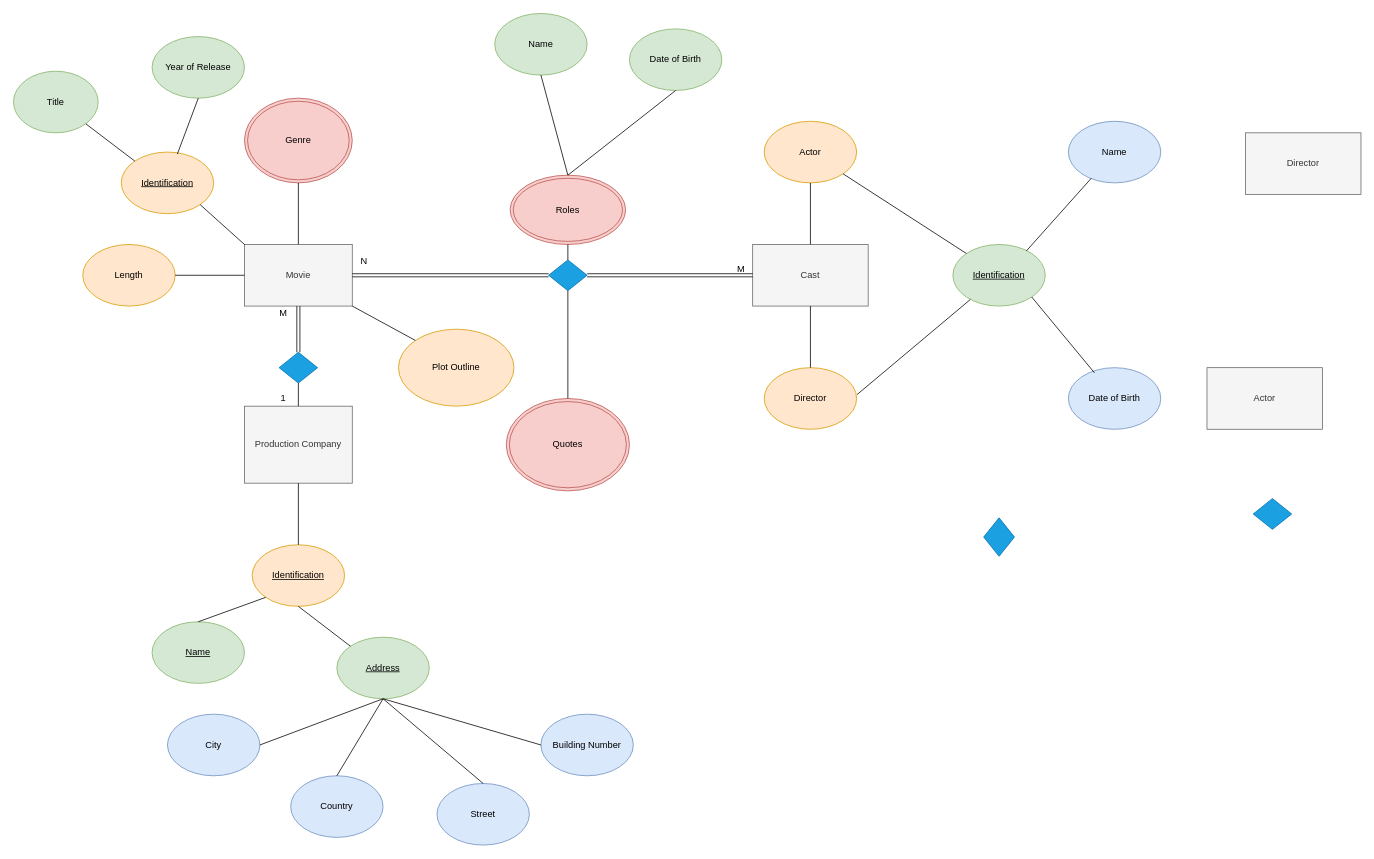
Before: CPSC 2221 Lab 1.drawio in William-BC-CA/CPSC2221_ER_Modelling, a draw.io diagram. Source tidied: cells renumbered, new cells numbered last; positions are measured from the earlier drawing's top-left corner, leaving out a move shared by most shapes. Both pictures are drawn from the tidied source at 77%, with x=0, y=0 at pixel (13, 13).
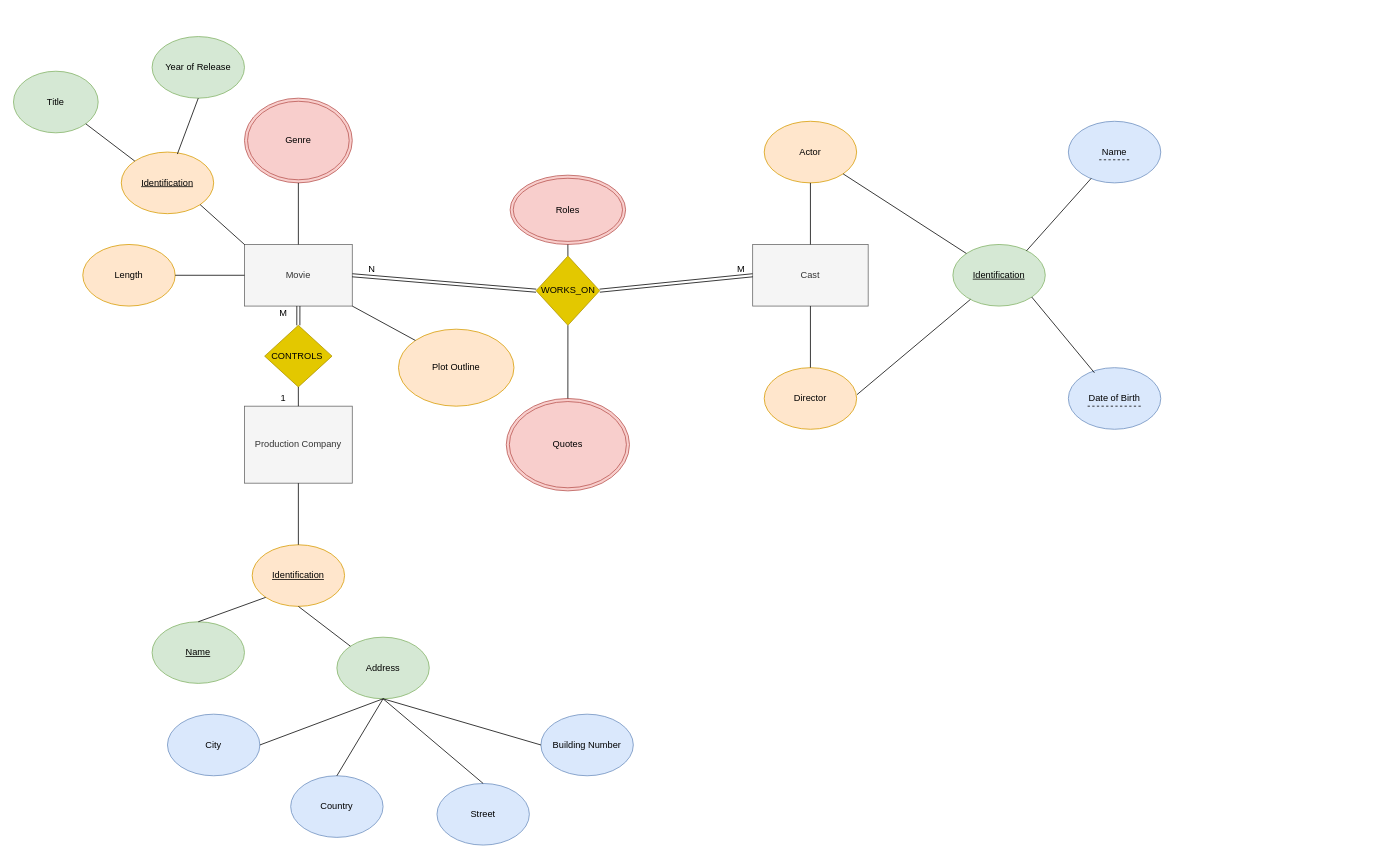
After the change.

Unchanged cells that the change refers to:
```xml
<mxCell id="19" value="Roles" style="ellipse;shape=doubleEllipse;whiteSpace=wrap;html=1;fillColor=#f8cecc;strokeColor=#b85450;" parent="1" vertex="1">
  <mxGeometry x="645" y="210" width="150" height="90" as="geometry" />
</mxCell>
<mxCell id="48" style="shape=link;html=1;rounded=0;entryX=0;entryY=0.5;entryDx=0;entryDy=0;exitX=1;exitY=0.5;exitDx=0;exitDy=0;" parent="1" edge="1" source="2" target="17">
  <mxGeometry relative="1" as="geometry" />
</mxCell>
```

Change to the diagram source:
```diff
@@
-    <mxCell id="9" value="&lt;u&gt;Address&lt;/u&gt;" style="ellipse;whiteSpace=wrap;html=1;fillColor=#d5e8d4;strokeColor=#82b366;" parent="1" vertex="1">
+    <mxCell id="9" value="Address" style="ellipse;whiteSpace=wrap;html=1;fillColor=#d5e8d4;strokeColor=#82b366;" parent="1" vertex="1">
       <mxGeometry x="420" y="810" width="120" height="80" as="geometry" />
     </mxCell>
@@
-    <mxCell id="15" value="Name" style="ellipse;whiteSpace=wrap;html=1;fillColor=#d5e8d4;strokeColor=#82b366;" parent="1" vertex="1">
-      <mxGeometry x="625" width="120" height="80" as="geometry" />
-    </mxCell>
@@
-    <mxCell id="17" style="rhombus;whiteSpace=wrap;html=1;fillColor=#1ba1e2;strokeColor=#006EAF;fontColor=#ffffff;" parent="1" vertex="1">
-      <mxGeometry x="695" y="320" width="50" height="40" as="geometry" />
+    <mxCell id="17" style="rhombus;whiteSpace=wrap;html=1;fillColor=#e3c800;strokeColor=#B09500;fontColor=#000000;" parent="1" vertex="1">
+      <mxGeometry x="678.8" y="315" width="82.5" height="90" as="geometry" />
     </mxCell>
-    <mxCell id="18" value="Date of Birth" style="ellipse;whiteSpace=wrap;html=1;fillColor=#d5e8d4;strokeColor=#82b366;" parent="1" vertex="1">
-      <mxGeometry x="800" y="20" width="120" height="80" as="geometry" />
-    </mxCell>
@@
-    <mxCell id="20" style="rhombus;whiteSpace=wrap;html=1;fillColor=#1ba1e2;strokeColor=#006EAF;fontColor=#ffffff;" parent="1" vertex="1">
-      <mxGeometry x="345" y="440" width="50" height="40" as="geometry" />
+    <mxCell id="20" style="rhombus;whiteSpace=wrap;html=1;fillColor=#e3c800;strokeColor=#B09500;fontColor=#000000;" parent="1" vertex="1">
+      <mxGeometry x="326.2" y="405" width="87.5" height="80" as="geometry" />
     </mxCell>
@@
-    <mxCell id="28" style="endArrow=none;html=1;exitX=0.5;exitY=1;exitDx=0;exitDy=0;entryX=0.5;entryY=0;entryDx=0;entryDy=0;" parent="1" edge="1" source="15" target="19">
-      <mxGeometry relative="1" as="geometry" />
-    </mxCell>
-    <mxCell id="29" style="endArrow=none;html=1;exitX=0.5;exitY=1;exitDx=0;exitDy=0;entryX=0.5;entryY=0;entryDx=0;entryDy=0;" parent="1" edge="1" source="18" target="19">
-      <mxGeometry relative="1" as="geometry" />
-    </mxCell>
@@
-    <mxCell id="45" value="Director" style="rounded=0;whiteSpace=wrap;html=1;fillColor=#f5f5f5;strokeColor=#666666;fontColor=#333333;" parent="1" vertex="1">
-      <mxGeometry x="1600" y="155" width="150" height="80" as="geometry" />
-    </mxCell>
-    <mxCell id="46" value="Actor" style="rounded=0;whiteSpace=wrap;html=1;fillColor=#f5f5f5;strokeColor=#666666;fontColor=#333333;" parent="1" vertex="1">
-      <mxGeometry x="1550" y="460" width="150" height="80" as="geometry" />
-    </mxCell>
@@
     <mxCell id="49" value="N" style="html=1;align=right;verticalAlign=bottom;" parent="48" vertex="1">
       <mxGeometry x="1" relative="1" as="geometry">
-        <mxPoint x="-235" y="-10" as="offset" />
+        <mxPoint x="-209" y="-20" as="offset" />
       </mxGeometry>
     </mxCell>
-    <mxCell id="50" style="rhombus;whiteSpace=wrap;html=1;fillColor=#1ba1e2;strokeColor=#006EAF;fontColor=#ffffff;" parent="1" vertex="1">
-      <mxGeometry x="1610" y="630" width="50" height="40" as="geometry" />
-    </mxCell>
-    <mxCell id="51" style="rhombus;whiteSpace=wrap;html=1;fillColor=#1ba1e2;strokeColor=#006EAF;fontColor=#ffffff;rotation=90;" parent="1" vertex="1">
-      <mxGeometry x="1255" y="660" width="50" height="40" as="geometry" />
-    </mxCell>
@@
-    <mxCell id="60" value="Name" style="ellipse;whiteSpace=wrap;html=1;fillColor=#dae8fc;strokeColor=#6c8ebf;" parent="1" vertex="1">
+    <mxCell id="60" value="&lt;p class=&quot;MsoNormal&quot;&gt;Name&lt;/p&gt;" style="ellipse;whiteSpace=wrap;html=1;fillColor=#dae8fc;strokeColor=#6c8ebf;" parent="1" vertex="1">
       <mxGeometry x="1370" y="140" width="120" height="80" as="geometry" />
     </mxCell>
@@
+    <mxCell id="64" value="CONTROLS" style="text;html=1;align=center;verticalAlign=middle;strokeColor=none;fillColor=none;" parent="1" vertex="1">
+      <mxGeometry x="327.5" y="435" width="80" height="20" as="geometry" />
+    </mxCell>
+    <mxCell id="65" value="WORKS_ON" style="text;html=1;align=center;verticalAlign=middle;strokeColor=none;fillColor=none;" parent="1" vertex="1">
+      <mxGeometry x="675" y="350" width="90" height="20" as="geometry" />
+    </mxCell>
+    <mxCell id="66" style="endArrow=none;dashed=1;html=1;rounded=0;" parent="1" edge="1">
+      <mxGeometry relative="1" as="geometry">
+        <mxPoint x="1410" y="190" as="sourcePoint" />
+        <mxPoint x="1450" y="190" as="targetPoint" />
+      </mxGeometry>
+    </mxCell>
+    <mxCell id="67" style="endArrow=none;dashed=1;html=1;rounded=0;" parent="1" edge="1">
+      <mxGeometry relative="1" as="geometry">
+        <mxPoint x="1395" y="510" as="sourcePoint" />
+        <mxPoint x="1465" y="510" as="targetPoint" />
+      </mxGeometry>
+    </mxCell>
```
